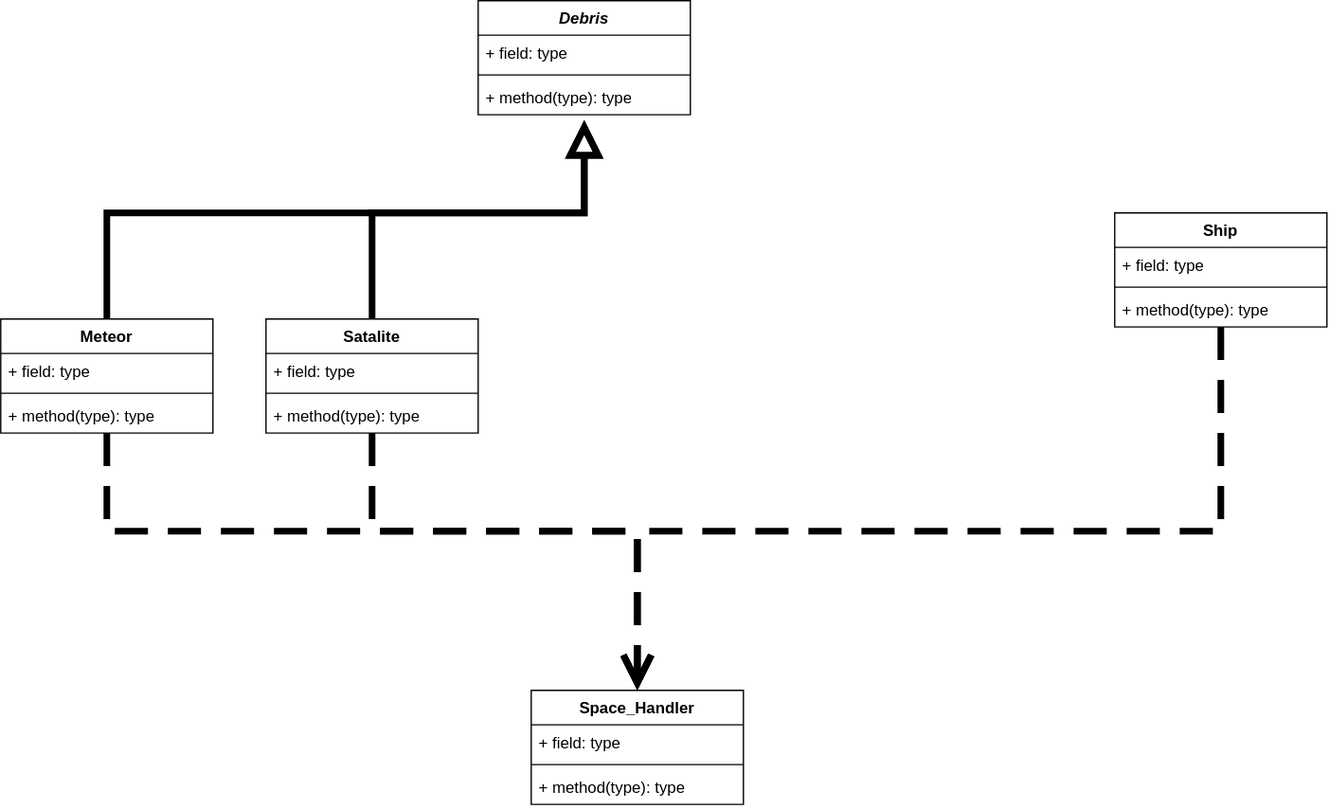
This is UML.drawio.svg from CodyPassino/Space-Janitor, a draw.io export, as it was before one commit. Source tidied: cells renumbered, new cells last; positions are measured from the earlier drawing's top-left corner, leaving out a move shared by most shapes. Source of this version:
```xml
<mxGraphModel>
  <root>
    <mxCell id="0" />
    <mxCell id="1" parent="0" />
    <mxCell id="2" style="edgeStyle=orthogonalEdgeStyle;html=1;rounded=0;curved=0;strokeWidth=5;endArrow=block;endFill=0;jumpSize=6;jumpStyle=none;startSize=0;endSize=16;" parent="1" edge="1" source="3">
      <mxGeometry x="0.17" relative="1" as="geometry">
        <mxPoint x="440" y="90" as="targetPoint" />
        <Array as="points">
          <mxPoint x="80" y="160" />
          <mxPoint x="440" y="160" />
        </Array>
      </mxGeometry>
    </mxCell>
    <mxCell id="3" value="Meteor" style="swimlane;fontStyle=1;align=center;verticalAlign=top;horizontal=1;startSize=26;whiteSpace=wrap;html=1;" parent="1" vertex="1">
      <mxGeometry y="240" width="160" height="86" as="geometry" />
    </mxCell>
    <mxCell id="4" value="+ field: type" style="text;strokeColor=none;fillColor=none;align=left;verticalAlign=top;spacingLeft=4;spacingRight=4;overflow=hidden;whiteSpace=wrap;html=1;" parent="3" vertex="1">
      <mxGeometry y="26" width="160" height="26" as="geometry" />
    </mxCell>
    <mxCell id="5" style="line;strokeWidth=1;fillColor=none;align=left;verticalAlign=middle;spacingTop=-1;spacingLeft=3;spacingRight=3;labelPosition=right;strokeColor=inherit;labelPerimeter=1;" parent="3" vertex="1">
      <mxGeometry y="52" width="160" height="8" as="geometry" />
    </mxCell>
    <mxCell id="6" value="+ method(type): type" style="text;strokeColor=none;fillColor=none;align=left;verticalAlign=top;spacingLeft=4;spacingRight=4;overflow=hidden;whiteSpace=wrap;html=1;" parent="3" vertex="1">
      <mxGeometry y="60" width="160" height="26" as="geometry" />
    </mxCell>
    <mxCell id="7" value="&lt;i&gt;Debris&lt;/i&gt;" style="swimlane;fontStyle=1;align=center;verticalAlign=top;horizontal=1;startSize=26;whiteSpace=wrap;html=1;" parent="1" vertex="1">
      <mxGeometry x="360" width="160" height="86" as="geometry" />
    </mxCell>
    <mxCell id="8" value="+ field: type" style="text;strokeColor=none;fillColor=none;align=left;verticalAlign=top;spacingLeft=4;spacingRight=4;overflow=hidden;whiteSpace=wrap;html=1;" parent="7" vertex="1">
      <mxGeometry y="26" width="160" height="26" as="geometry" />
    </mxCell>
    <mxCell id="9" style="line;strokeWidth=1;fillColor=none;align=left;verticalAlign=middle;spacingTop=-1;spacingLeft=3;spacingRight=3;labelPosition=right;strokeColor=inherit;labelPerimeter=1;" parent="7" vertex="1">
      <mxGeometry y="52" width="160" height="8" as="geometry" />
    </mxCell>
    <mxCell id="10" value="+ method(type): type" style="text;strokeColor=none;fillColor=none;align=left;verticalAlign=top;spacingLeft=4;spacingRight=4;overflow=hidden;whiteSpace=wrap;html=1;" parent="7" vertex="1">
      <mxGeometry y="60" width="160" height="26" as="geometry" />
    </mxCell>
    <mxCell id="11" value="Space_Handler" style="swimlane;fontStyle=1;align=center;verticalAlign=top;horizontal=1;startSize=26;whiteSpace=wrap;html=1;" parent="1" vertex="1">
      <mxGeometry x="400" y="520" width="160" height="86" as="geometry" />
    </mxCell>
    <mxCell id="12" value="+ field: type" style="text;strokeColor=none;fillColor=none;align=left;verticalAlign=top;spacingLeft=4;spacingRight=4;overflow=hidden;whiteSpace=wrap;html=1;" parent="11" vertex="1">
      <mxGeometry y="26" width="160" height="26" as="geometry" />
    </mxCell>
    <mxCell id="13" style="line;strokeWidth=1;fillColor=none;align=left;verticalAlign=middle;spacingTop=-1;spacingLeft=3;spacingRight=3;labelPosition=right;strokeColor=inherit;labelPerimeter=1;" parent="11" vertex="1">
      <mxGeometry y="52" width="160" height="8" as="geometry" />
    </mxCell>
    <mxCell id="14" value="+ method(type): type" style="text;strokeColor=none;fillColor=none;align=left;verticalAlign=top;spacingLeft=4;spacingRight=4;overflow=hidden;whiteSpace=wrap;html=1;" parent="11" vertex="1">
      <mxGeometry y="60" width="160" height="26" as="geometry" />
    </mxCell>
    <mxCell id="15" style="edgeStyle=orthogonalEdgeStyle;shape=connector;curved=0;rounded=0;jumpStyle=none;jumpSize=6;html=1;entryX=0.5;entryY=0;entryDx=0;entryDy=0;dashed=1;strokeColor=default;strokeWidth=5;align=center;verticalAlign=middle;fontFamily=Helvetica;fontSize=11;fontColor=default;labelBackgroundColor=default;startSize=0;endArrow=open;endFill=0;endSize=16;dashPattern=5 3;fixedPointSpacing=0;" parent="1" edge="1" source="16" target="11">
      <mxGeometry relative="1" as="geometry">
        <Array as="points">
          <mxPoint x="920" y="400" />
          <mxPoint x="480" y="400" />
        </Array>
      </mxGeometry>
    </mxCell>
    <mxCell id="16" value="Ship" style="swimlane;fontStyle=1;align=center;verticalAlign=top;horizontal=1;startSize=26;whiteSpace=wrap;html=1;" parent="1" vertex="1">
      <mxGeometry x="840" y="160" width="160" height="86" as="geometry" />
    </mxCell>
    <mxCell id="17" value="+ field: type" style="text;strokeColor=none;fillColor=none;align=left;verticalAlign=top;spacingLeft=4;spacingRight=4;overflow=hidden;whiteSpace=wrap;html=1;" parent="16" vertex="1">
      <mxGeometry y="26" width="160" height="26" as="geometry" />
    </mxCell>
    <mxCell id="18" style="line;strokeWidth=1;fillColor=none;align=left;verticalAlign=middle;spacingTop=-1;spacingLeft=3;spacingRight=3;labelPosition=right;strokeColor=inherit;labelPerimeter=1;" parent="16" vertex="1">
      <mxGeometry y="52" width="160" height="8" as="geometry" />
    </mxCell>
    <mxCell id="19" value="+ method(type): type" style="text;strokeColor=none;fillColor=none;align=left;verticalAlign=top;spacingLeft=4;spacingRight=4;overflow=hidden;whiteSpace=wrap;html=1;" parent="16" vertex="1">
      <mxGeometry y="60" width="160" height="26" as="geometry" />
    </mxCell>
    <mxCell id="20" style="edgeStyle=orthogonalEdgeStyle;shape=connector;curved=0;rounded=0;jumpStyle=none;jumpSize=6;html=1;strokeColor=default;strokeWidth=5;align=center;verticalAlign=middle;fontFamily=Helvetica;fontSize=11;fontColor=default;labelBackgroundColor=default;startSize=0;endArrow=block;endFill=0;endSize=16;exitX=0.5;exitY=0;exitDx=0;exitDy=0;" parent="1" edge="1" source="21">
      <mxGeometry x="-0.15" relative="1" as="geometry">
        <mxPoint x="440" y="90" as="targetPoint" />
        <Array as="points">
          <mxPoint x="280" y="160" />
          <mxPoint x="440" y="160" />
        </Array>
      </mxGeometry>
    </mxCell>
    <mxCell id="21" value="Satalite" style="swimlane;fontStyle=1;align=center;verticalAlign=top;horizontal=1;startSize=26;whiteSpace=wrap;html=1;" parent="1" vertex="1">
      <mxGeometry x="200" y="240" width="160" height="86" as="geometry" />
    </mxCell>
    <mxCell id="22" value="+ field: type" style="text;strokeColor=none;fillColor=none;align=left;verticalAlign=top;spacingLeft=4;spacingRight=4;overflow=hidden;whiteSpace=wrap;html=1;" parent="21" vertex="1">
      <mxGeometry y="26" width="160" height="26" as="geometry" />
    </mxCell>
    <mxCell id="23" style="line;strokeWidth=1;fillColor=none;align=left;verticalAlign=middle;spacingTop=-1;spacingLeft=3;spacingRight=3;labelPosition=right;strokeColor=inherit;labelPerimeter=1;" parent="21" vertex="1">
      <mxGeometry y="52" width="160" height="8" as="geometry" />
    </mxCell>
    <mxCell id="24" value="+ method(type): type" style="text;strokeColor=none;fillColor=none;align=left;verticalAlign=top;spacingLeft=4;spacingRight=4;overflow=hidden;whiteSpace=wrap;html=1;" parent="21" vertex="1">
      <mxGeometry y="60" width="160" height="26" as="geometry" />
    </mxCell>
    <mxCell id="25" style="edgeStyle=orthogonalEdgeStyle;shape=connector;rounded=0;html=1;entryX=0.5;entryY=0;entryDx=0;entryDy=0;strokeColor=default;strokeWidth=5;align=center;verticalAlign=middle;fontFamily=Helvetica;fontSize=11;fontColor=default;labelBackgroundColor=default;startSize=0;endArrow=open;endFill=0;endSize=16;exitX=0.5;exitY=1;exitDx=0;exitDy=0;dashed=1;jumpStyle=none;jumpSize=6;curved=0;fixDash=0;noJump=0;dashPattern=5 3;" parent="1" edge="1" source="3" target="11">
      <mxGeometry x="-0.34" relative="1" as="geometry">
        <Array as="points">
          <mxPoint x="80" y="400" />
          <mxPoint x="480" y="400" />
        </Array>
      </mxGeometry>
    </mxCell>
    <mxCell id="26" style="edgeStyle=orthogonalEdgeStyle;shape=connector;rounded=0;html=1;entryX=0.5;entryY=0;entryDx=0;entryDy=0;strokeColor=default;strokeWidth=5;align=center;verticalAlign=middle;fontFamily=Helvetica;fontSize=11;fontColor=default;labelBackgroundColor=default;startSize=0;endArrow=open;endFill=0;endSize=16;exitX=0.5;exitY=1;exitDx=0;exitDy=0;dashed=1;jumpStyle=none;jumpSize=6;curved=0;fixDash=0;fixedPointSpacing=0;noJump=0;dashPattern=5 3;" parent="1" edge="1" source="21" target="11">
      <mxGeometry x="-0.51" relative="1" as="geometry">
        <Array as="points">
          <mxPoint x="280" y="400" />
          <mxPoint x="480" y="400" />
        </Array>
      </mxGeometry>
    </mxCell>
  </root>
</mxGraphModel>
```
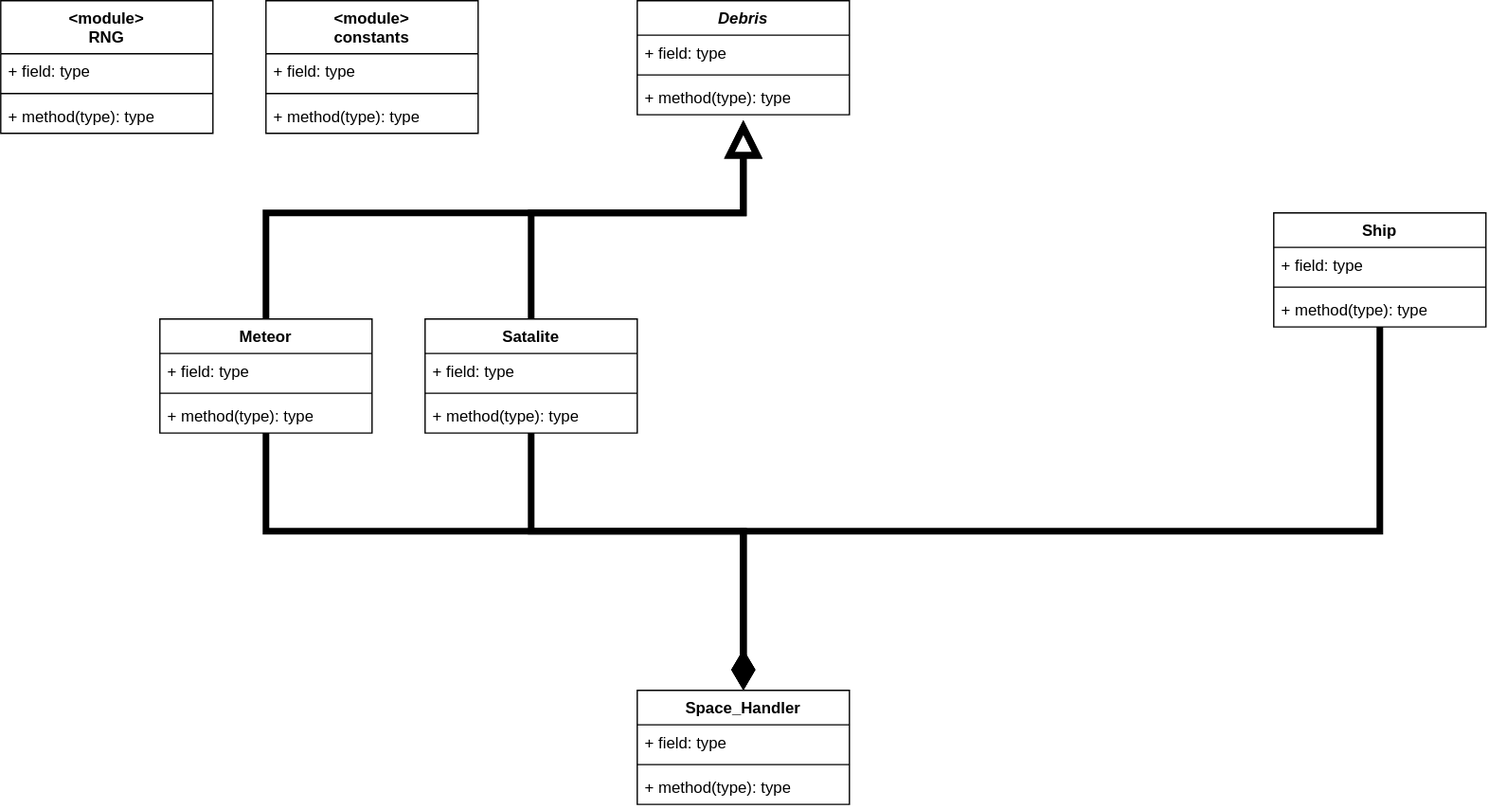
After the change.

Diff of the diagram source:
```diff
@@ -36,7 +36,7 @@
       <mxGeometry y="60" width="160" height="26" as="geometry" />
     </mxCell>
     <mxCell id="11" value="Space_Handler" style="swimlane;fontStyle=1;align=center;verticalAlign=top;horizontal=1;startSize=26;whiteSpace=wrap;html=1;" parent="1" vertex="1">
-      <mxGeometry x="400" y="520" width="160" height="86" as="geometry" />
+      <mxGeometry x="360" y="520" width="160" height="86" as="geometry" />
     </mxCell>
     <mxCell id="12" value="+ field: type" style="text;strokeColor=none;fillColor=none;align=left;verticalAlign=top;spacingLeft=4;spacingRight=4;overflow=hidden;whiteSpace=wrap;html=1;" parent="11" vertex="1">
       <mxGeometry y="26" width="160" height="26" as="geometry" />
@@ -47,11 +47,11 @@
     <mxCell id="14" value="+ method(type): type" style="text;strokeColor=none;fillColor=none;align=left;verticalAlign=top;spacingLeft=4;spacingRight=4;overflow=hidden;whiteSpace=wrap;html=1;" parent="11" vertex="1">
       <mxGeometry y="60" width="160" height="26" as="geometry" />
     </mxCell>
-    <mxCell id="15" style="edgeStyle=orthogonalEdgeStyle;shape=connector;curved=0;rounded=0;jumpStyle=none;jumpSize=6;html=1;entryX=0.5;entryY=0;entryDx=0;entryDy=0;dashed=1;strokeColor=default;strokeWidth=5;align=center;verticalAlign=middle;fontFamily=Helvetica;fontSize=11;fontColor=default;labelBackgroundColor=default;startSize=0;endArrow=open;endFill=0;endSize=16;dashPattern=5 3;fixedPointSpacing=0;" parent="1" edge="1" source="16" target="11">
+    <mxCell id="15" style="edgeStyle=orthogonalEdgeStyle;shape=connector;curved=0;rounded=0;jumpStyle=none;jumpSize=6;html=1;entryX=0.5;entryY=0;entryDx=0;entryDy=0;strokeColor=default;strokeWidth=5;align=center;verticalAlign=middle;fontFamily=Helvetica;fontSize=11;fontColor=default;labelBackgroundColor=default;startSize=0;endArrow=diamondThin;endFill=1;endSize=16;" parent="1" edge="1" source="16" target="11">
       <mxGeometry relative="1" as="geometry">
         <Array as="points">
           <mxPoint x="920" y="400" />
-          <mxPoint x="480" y="400" />
+          <mxPoint x="440" y="400" />
         </Array>
       </mxGeometry>
     </mxCell>
@@ -88,21 +88,45 @@
     <mxCell id="24" value="+ method(type): type" style="text;strokeColor=none;fillColor=none;align=left;verticalAlign=top;spacingLeft=4;spacingRight=4;overflow=hidden;whiteSpace=wrap;html=1;" parent="21" vertex="1">
       <mxGeometry y="60" width="160" height="26" as="geometry" />
     </mxCell>
-    <mxCell id="25" style="edgeStyle=orthogonalEdgeStyle;shape=connector;rounded=0;html=1;entryX=0.5;entryY=0;entryDx=0;entryDy=0;strokeColor=default;strokeWidth=5;align=center;verticalAlign=middle;fontFamily=Helvetica;fontSize=11;fontColor=default;labelBackgroundColor=default;startSize=0;endArrow=open;endFill=0;endSize=16;exitX=0.5;exitY=1;exitDx=0;exitDy=0;dashed=1;jumpStyle=none;jumpSize=6;curved=0;fixDash=0;noJump=0;dashPattern=5 3;" parent="1" edge="1" source="3" target="11">
-      <mxGeometry x="-0.34" relative="1" as="geometry">
+    <mxCell id="25" style="edgeStyle=orthogonalEdgeStyle;shape=connector;rounded=0;html=1;entryX=0.5;entryY=0;entryDx=0;entryDy=0;strokeColor=default;strokeWidth=5;align=center;verticalAlign=middle;fontFamily=Helvetica;fontSize=11;fontColor=default;labelBackgroundColor=default;startSize=0;endArrow=diamondThin;endFill=1;endSize=16;exitX=0.5;exitY=1;exitDx=0;exitDy=0;jumpStyle=none;jumpSize=6;curved=0;fixDash=0;noJump=0;" parent="1" edge="1" source="3" target="11">
+      <mxGeometry x="-0.24" relative="1" as="geometry">
         <Array as="points">
           <mxPoint x="80" y="400" />
-          <mxPoint x="480" y="400" />
+          <mxPoint x="440" y="400" />
         </Array>
       </mxGeometry>
     </mxCell>
-    <mxCell id="26" style="edgeStyle=orthogonalEdgeStyle;shape=connector;rounded=0;html=1;entryX=0.5;entryY=0;entryDx=0;entryDy=0;strokeColor=default;strokeWidth=5;align=center;verticalAlign=middle;fontFamily=Helvetica;fontSize=11;fontColor=default;labelBackgroundColor=default;startSize=0;endArrow=open;endFill=0;endSize=16;exitX=0.5;exitY=1;exitDx=0;exitDy=0;dashed=1;jumpStyle=none;jumpSize=6;curved=0;fixDash=0;fixedPointSpacing=0;noJump=0;dashPattern=5 3;" parent="1" edge="1" source="21" target="11">
-      <mxGeometry x="-0.51" relative="1" as="geometry">
+    <mxCell id="26" style="edgeStyle=orthogonalEdgeStyle;shape=connector;rounded=0;html=1;entryX=0.5;entryY=0;entryDx=0;entryDy=0;strokeColor=default;strokeWidth=5;align=center;verticalAlign=middle;fontFamily=Helvetica;fontSize=11;fontColor=default;labelBackgroundColor=default;startSize=0;endArrow=diamondThin;endFill=1;endSize=16;exitX=0.5;exitY=1;exitDx=0;exitDy=0;jumpStyle=none;jumpSize=6;curved=0;fixDash=0;noJump=0;" parent="1" edge="1" source="21" target="11">
+      <mxGeometry x="-0.4" relative="1" as="geometry">
         <Array as="points">
           <mxPoint x="280" y="400" />
-          <mxPoint x="480" y="400" />
+          <mxPoint x="440" y="400" />
         </Array>
       </mxGeometry>
     </mxCell>
+    <mxCell id="27" value="&lt;div&gt;&amp;lt;module&amp;gt;&lt;/div&gt;constants" style="swimlane;fontStyle=1;align=center;verticalAlign=top;horizontal=1;startSize=40;whiteSpace=wrap;html=1;" parent="1" vertex="1">
+      <mxGeometry x="80" width="160" height="100" as="geometry" />
+    </mxCell>
+    <mxCell id="28" value="+ field: type" style="text;strokeColor=none;fillColor=none;align=left;verticalAlign=top;spacingLeft=4;spacingRight=4;overflow=hidden;whiteSpace=wrap;html=1;" parent="27" vertex="1">
+      <mxGeometry y="40" width="160" height="26" as="geometry" />
+    </mxCell>
+    <mxCell id="29" style="line;strokeWidth=1;fillColor=none;align=left;verticalAlign=middle;spacingTop=-1;spacingLeft=3;spacingRight=3;labelPosition=right;strokeColor=inherit;labelPerimeter=1;" parent="27" vertex="1">
+      <mxGeometry y="66" width="160" height="8" as="geometry" />
+    </mxCell>
+    <mxCell id="30" value="+ method(type): type" style="text;strokeColor=none;fillColor=none;align=left;verticalAlign=top;spacingLeft=4;spacingRight=4;overflow=hidden;whiteSpace=wrap;html=1;" parent="27" vertex="1">
+      <mxGeometry y="74" width="160" height="26" as="geometry" />
+    </mxCell>
+    <mxCell id="31" value="&lt;div&gt;&amp;lt;module&amp;gt;&lt;/div&gt;RNG" style="swimlane;fontStyle=1;align=center;verticalAlign=top;horizontal=1;startSize=40;whiteSpace=wrap;html=1;" parent="1" vertex="1">
+      <mxGeometry x="-120" width="160" height="100" as="geometry" />
+    </mxCell>
+    <mxCell id="32" value="+ field: type" style="text;strokeColor=none;fillColor=none;align=left;verticalAlign=top;spacingLeft=4;spacingRight=4;overflow=hidden;whiteSpace=wrap;html=1;" parent="31" vertex="1">
+      <mxGeometry y="40" width="160" height="26" as="geometry" />
+    </mxCell>
+    <mxCell id="33" style="line;strokeWidth=1;fillColor=none;align=left;verticalAlign=middle;spacingTop=-1;spacingLeft=3;spacingRight=3;labelPosition=right;strokeColor=inherit;labelPerimeter=1;" parent="31" vertex="1">
+      <mxGeometry y="66" width="160" height="8" as="geometry" />
+    </mxCell>
+    <mxCell id="34" value="+ method(type): type" style="text;strokeColor=none;fillColor=none;align=left;verticalAlign=top;spacingLeft=4;spacingRight=4;overflow=hidden;whiteSpace=wrap;html=1;" parent="31" vertex="1">
+      <mxGeometry y="74" width="160" height="26" as="geometry" />
+    </mxCell>
   </root>
 </mxGraphModel>
```
